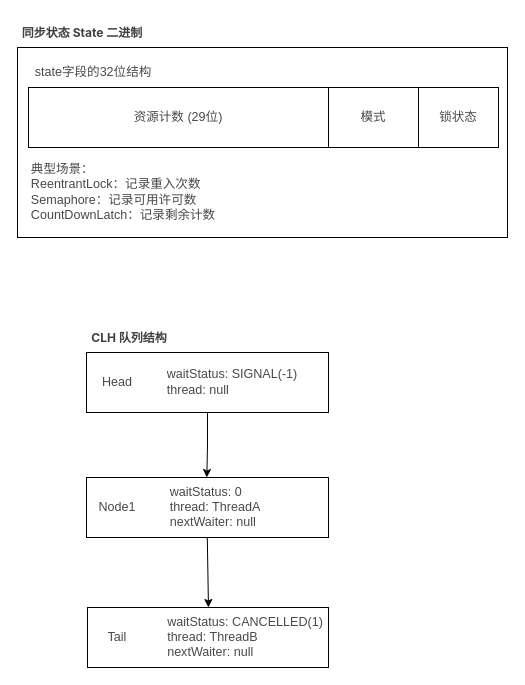
Before: pocess_diagram/AQS结构图.drawio in abigalexy/online_drawing, a draw.io diagram. Source tidied: cells renumbered, new cells numbered last; positions are measured from the earlier drawing's top-left corner, leaving out a move shared by most shapes. Both pictures are drawn from the tidied source at 100%, with x=0, y=0 at pixel (17, 17).
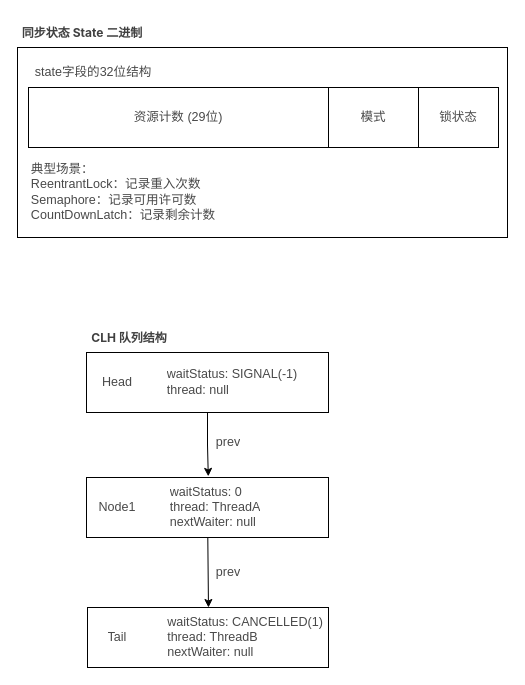
After the change.

Commit message:
更新AQS结构图.drawio

The change refers to these unchanged cells:
```xml
<mxCell id="12" style="rounded=0;whiteSpace=wrap;html=1;" parent="1" vertex="1">
  <mxGeometry x="69" y="335" width="242" height="60" as="geometry" />
</mxCell>
<mxCell id="18" value="&lt;pre style=&quot;font-family: var(--ds-font-family-code); overflow: auto; padding: calc(var(--ds-md-zoom)*8px)calc(var(--ds-md-zoom)*12px); text-wrap: wrap; word-break: break-all; color: rgb(73, 73, 73); font-size: 12.573px; text-align: start; margin-top: 0px !important; margin-bottom: 0px !important;&quot;&gt;waitStatus: 0&lt;/pre&gt;&lt;pre style=&quot;font-family: var(--ds-font-family-code); overflow: auto; padding: calc(var(--ds-md-zoom)*8px)calc(var(--ds-md-zoom)*12px); text-wrap: wrap; word-break: break-all; color: rgb(73, 73, 73); font-size: 12.573px; text-align: start; margin-top: 0px !important; margin-bottom: 0px !important;&quot;&gt;&lt;pre style=&quot;font-family: var(--ds-font-family-code); overflow: auto; padding: calc(var(--ds-md-zoom)*8px)calc(var(--ds-md-zoom)*12px); text-wrap: wrap; word-break: break-all; margin-top: 0px !important; margin-bottom: 0px !important;&quot;&gt;thread: ThreadA&lt;/pre&gt;&lt;pre style=&quot;font-family: var(--ds-font-family-code); overflow: auto; padding: calc(var(--ds-md-zoom)*8px)calc(var(--ds-md-zoom)*12px); text-wrap: wrap; word-break: break-all; margin-top: 0px !important; margin-bottom: 0px !important;&quot;&gt;nextWaiter: null&lt;/pre&gt;&lt;/pre&gt;" style="text;strokeColor=none;align=center;fillColor=none;html=1;verticalAlign=middle;whiteSpace=wrap;rounded=0;" parent="1" vertex="1">
  <mxGeometry x="145" y="460" width="106" height="60" as="geometry" />
</mxCell>
<mxCell id="21" value="&lt;pre style=&quot;font-family: var(--ds-font-family-code); overflow: auto; padding: calc(var(--ds-md-zoom)*8px)calc(var(--ds-md-zoom)*12px); text-wrap: wrap; word-break: break-all; color: rgb(73, 73, 73); font-size: 12.573px; text-align: start; margin-top: 0px !important; margin-bottom: 0px !important;&quot;&gt;waitStatus: CANCELLED(1)&lt;/pre&gt;&lt;pre style=&quot;font-family: var(--ds-font-family-code); overflow: auto; padding: calc(var(--ds-md-zoom)*8px)calc(var(--ds-md-zoom)*12px); text-wrap: wrap; word-break: break-all; color: rgb(73, 73, 73); font-size: 12.573px; text-align: start; margin-top: 0px !important; margin-bottom: 0px !important;&quot;&gt;&lt;pre style=&quot;font-family: var(--ds-font-family-code); overflow: auto; padding: calc(var(--ds-md-zoom)*8px)calc(var(--ds-md-zoom)*12px); text-wrap: wrap; word-break: break-all; margin-top: 0px !important; margin-bottom: 0px !important;&quot;&gt;thread: ThreadB&lt;/pre&gt;&lt;pre style=&quot;font-family: var(--ds-font-family-code); overflow: auto; padding: calc(var(--ds-md-zoom)*8px)calc(var(--ds-md-zoom)*12px); text-wrap: wrap; word-break: break-all; margin-top: 0px !important; margin-bottom: 0px !important;&quot;&gt;nextWaiter: null&lt;/pre&gt;&lt;/pre&gt;" style="text;strokeColor=none;align=center;fillColor=none;html=1;verticalAlign=middle;whiteSpace=wrap;rounded=0;" parent="1" vertex="1">
  <mxGeometry x="145" y="590" width="166" height="60" as="geometry" />
</mxCell>
```

The edit, as a diff of the source:
```diff
@@
+    <mxCell id="24" value="&lt;pre style=&quot;font-family: var(--ds-font-family-code); overflow: auto; padding: calc(var(--ds-md-zoom)*8px)calc(var(--ds-md-zoom)*12px); text-wrap: wrap; word-break: break-all; color: rgb(73, 73, 73); font-size: 12.573px; text-align: start; margin-top: 0px !important; margin-bottom: 0px !important;&quot;&gt;prev&lt;/pre&gt;" style="text;strokeColor=none;align=center;fillColor=none;html=1;verticalAlign=middle;whiteSpace=wrap;rounded=0;" parent="1" vertex="1">
+      <mxGeometry x="191" y="410" width="40" height="30" as="geometry" />
+    </mxCell>
+    <mxCell id="25" value="&lt;pre style=&quot;font-family: var(--ds-font-family-code); overflow: auto; padding: calc(var(--ds-md-zoom)*8px)calc(var(--ds-md-zoom)*12px); text-wrap: wrap; word-break: break-all; color: rgb(73, 73, 73); font-size: 12.573px; text-align: start; margin-top: 0px !important; margin-bottom: 0px !important;&quot;&gt;prev&lt;/pre&gt;" style="text;strokeColor=none;align=center;fillColor=none;html=1;verticalAlign=middle;whiteSpace=wrap;rounded=0;" parent="1" vertex="1">
+      <mxGeometry x="191" y="540" width="40" height="30" as="geometry" />
+    </mxCell>
-    <mxCell id="22" style="edgeStyle=orthogonalEdgeStyle;rounded=0;jettySize=auto;html=1;exitX=0.5;exitY=1;exitDx=0;exitDy=0;entryX=0.418;entryY=0;entryDx=0;entryDy=0;entryPerimeter=0;" parent="1" edge="1" source="12" target="18">
+    <mxCell id="22" style="edgeStyle=orthogonalEdgeStyle;rounded=0;jettySize=auto;html=1;exitX=0.5;exitY=1;exitDx=0;exitDy=0;entryX=0.432;entryY=-0.019;entryDx=0;entryDy=0;entryPerimeter=0;" parent="1" edge="1" source="12" target="18">
       <mxGeometry relative="1" as="geometry" />
     </mxCell>
-    <mxCell id="23" style="endArrow=classic;html=1;rounded=0;entryX=0.277;entryY=0;entryDx=0;entryDy=0;entryPerimeter=0;" parent="1" edge="1" target="21">
-      <mxGeometry relative="1" as="geometry">
-        <mxPoint x="189.8" y="520" as="sourcePoint" />
-      </mxGeometry>
-    </mxCell>
+    <mxCell id="26" style="endArrow=classic;html=1;rounded=0;entryX=0.277;entryY=0;entryDx=0;entryDy=0;entryPerimeter=0;" parent="1" edge="1" target="21">
+      <mxGeometry relative="1" as="geometry">
+        <mxPoint x="190.3" y="520" as="sourcePoint" />
+      </mxGeometry>
+    </mxCell>
```
